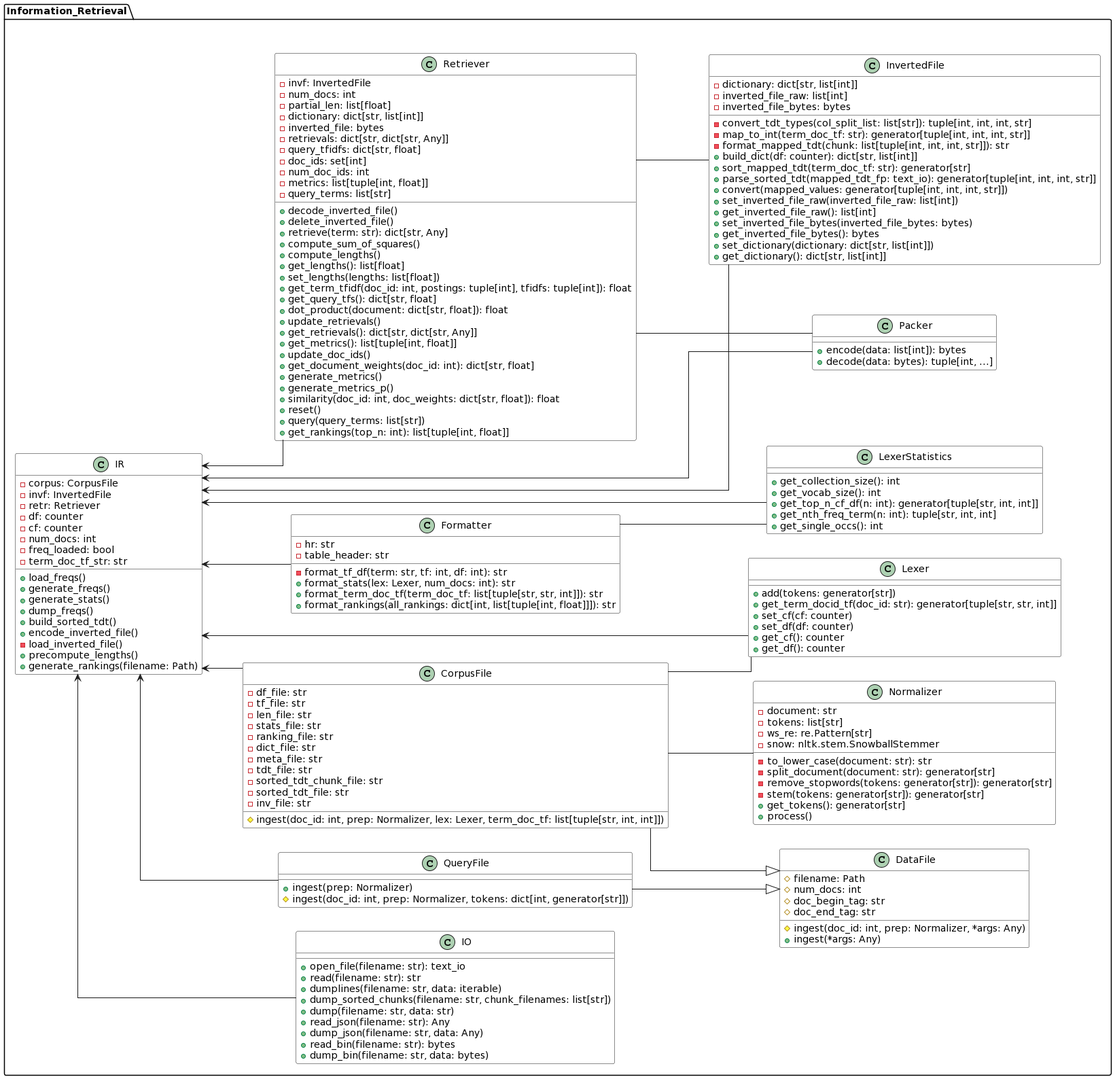
Before: 744_information_retrieval/assn/03/report/statics/uml.png, a diagram exported from PlantUML (ribbas/grad_courses). Source of this version:
```plantuml
@startuml
skinparam linetype polyline
skinparam linetype ortho
left to right direction
skinparam backgroundColor transparent
skinparam classBackgroundColor fff

namespace Information_Retrieval {

  class IO {
    + open_file(filename: str): text_io
    + read(filename: str): str
    + dumplines(filename: str, data: iterable)
    + dump_sorted_chunks(filename: str, chunk_filenames: list[str])
    + dump(filename: str, data: str)
    + read_json(filename: str): Any
    + dump_json(filename: str, data: Any)
    + read_bin(filename: str): bytes
    + dump_bin(filename: str, data: bytes)
  }

  class DataFile {
    # filename: Path
    # num_docs: int
    # doc_begin_tag: str
    # doc_end_tag: str
    # ingest(doc_id: int, prep: Normalizer, *args: Any)
    + ingest(*args: Any)
  }

  class QueryFile {
    + ingest(prep: Normalizer)
    # ingest(doc_id: int, prep: Normalizer, tokens: dict[int, generator[str]])
  }

  class CorpusFile {
    - df_file: str
    - tf_file: str
    - len_file: str
    - stats_file: str
    - ranking_file: str
    - dict_file: str
    - meta_file: str
    - tdt_file: str
    - sorted_tdt_chunk_file: str
    - sorted_tdt_file: str
    - inv_file: str
    # ingest(doc_id: int, prep: Normalizer, lex: Lexer, term_doc_tf: list[tuple[str, int, int]])
  }

  class Formatter {
    - hr: str
    - table_header: str
    - format_tf_df(term: str, tf: int, df: int): str
    + format_stats(lex: Lexer, num_docs: int): str
    + format_term_doc_tf(term_doc_tf: list[tuple[str, str, int]]): str
    + format_rankings(all_rankings: dict[int, list[tuple[int, float]]]): str
  }

  class Normalizer {
    - document: str
    - tokens: list[str]
    - ws_re: re.Pattern[str]
    - snow: nltk.stem.SnowballStemmer
    - to_lower_case(document: str): str
    - split_document(document: str): generator[str]
    - remove_stopwords(tokens: generator[str]): generator[str]
    - stem(tokens: generator[str]): generator[str]
    + get_tokens(): generator[str]
    + process()
  }

  class Lexer {
    + add(tokens: generator[str])
    + get_term_docid_tf(doc_id: str): generator[tuple[str, str, int]]
    + set_cf(cf: counter)
    + set_df(df: counter)
    + get_cf(): counter
    + get_df(): counter
  }

  class LexerStatistics {
    + get_collection_size(): int
    + get_vocab_size(): int
    + get_top_n_cf_df(n: int): generator[tuple[str, int, int]]
    + get_nth_freq_term(n: int): tuple[str, int, int]
    + get_single_occs(): int
  }

  class Packer {
    + encode(data: list[int]): bytes
    + decode(data: bytes): tuple[int, ...]
  }

  class InvertedFile {
    - dictionary: dict[str, list[int]]
    - inverted_file_raw: list[int]
    - inverted_file_bytes: bytes
    - convert_tdt_types(col_split_list: list[str]): tuple[int, int, int, str]
    - map_to_int(term_doc_tf: str): generator[tuple[int, int, int, str]]
    - format_mapped_tdt(chunk: list[tuple[int, int, int, str]]): str
    + build_dict(df: counter): dict[str, list[int]]
    + sort_mapped_tdt(term_doc_tf: str): generator[str]
    + parse_sorted_tdt(mapped_tdt_fp: text_io): generator[tuple[int, int, int, str]]
    + convert(mapped_values: generator[tuple[int, int, int, str]])
    + set_inverted_file_raw(inverted_file_raw: list[int])
    + get_inverted_file_raw(): list[int]
    + set_inverted_file_bytes(inverted_file_bytes: bytes)
    + get_inverted_file_bytes(): bytes
    + set_dictionary(dictionary: dict[str, list[int]])
    + get_dictionary(): dict[str, list[int]]
  }

  class Retriever {
    - invf: InvertedFile
    - num_docs: int
    - partial_len: list[float]
    - dictionary: dict[str, list[int]]
    - inverted_file: bytes
    - retrievals: dict[str, dict[str, Any]]
    - query_tfidfs: dict[str, float]
    - doc_ids: set[int]
    - num_doc_ids: int
    - metrics: list[tuple[int, float]]
    - query_terms: list[str]
    + decode_inverted_file()
    + delete_inverted_file()
    + retrieve(term: str): dict[str, Any]
    + compute_sum_of_squares()
    + compute_lengths()
    + get_lengths(): list[float]
    + set_lengths(lengths: list[float])
    + get_term_tfidf(doc_id: int, postings: tuple[int], tfidfs: tuple[int]): float
    + get_query_tfs(): dict[str, float]
    + dot_product(document: dict[str, float]): float
    + update_retrievals()
    + get_retrievals(): dict[str, dict[str, Any]]
    + get_metrics(): list[tuple[int, float]]
    + update_doc_ids()
    + get_document_weights(doc_id: int): dict[str, float]
    + generate_metrics()
    + generate_metrics_p()
    + similarity(doc_id: int, doc_weights: dict[str, float]): float
    + reset()
    + query(query_terms: list[str])
    + get_rankings(top_n: int): list[tuple[int, float]]
  }

  class IR {
    - corpus: CorpusFile
    - invf: InvertedFile
    - retr: Retriever
    - df: counter
    - cf: counter
    - num_docs: int
    - freq_loaded: bool
    - term_doc_tf_str: str
    + load_freqs()
    + generate_freqs()
    + generate_stats()
    + dump_freqs()
    + build_sorted_tdt()
    + encode_inverted_file()
    - load_inverted_file()
    + precompute_lengths()
    + generate_rankings(filename: Path)
  }

  IR <-- Formatter
  IR <-- IO
  IR <-- QueryFile
  IR <-- InvertedFile
  IR <-- Lexer
  IR <-- LexerStatistics
  IR <-- Packer
  IR <-- Retriever
  CorpusFile -d-|> DataFile
  QueryFile -d-|> DataFile
  CorpusFile -- Normalizer
  CorpusFile -- Lexer
  Formatter -- LexerStatistics
  Retriever -- InvertedFile
  Retriever -- Packer
  IR <-- CorpusFile
}
@enduml
```
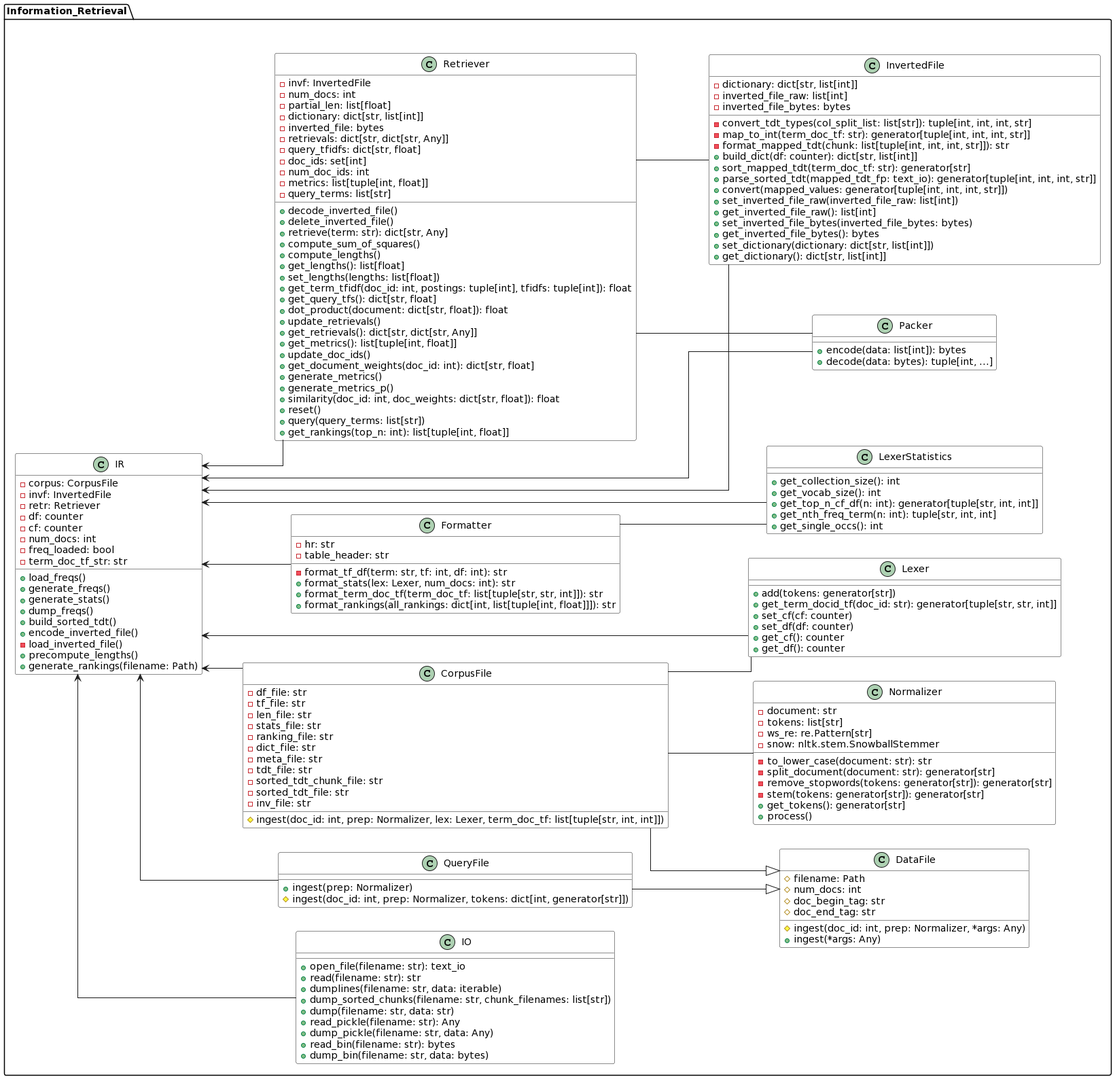
The same file after the commit.

The edit, as a diff of the source:
```diff
@@ -13,8 +13,8 @@
     + dumplines(filename: str, data: iterable)
     + dump_sorted_chunks(filename: str, chunk_filenames: list[str])
     + dump(filename: str, data: str)
-    + read_json(filename: str): Any
-    + dump_json(filename: str, data: Any)
+    + read_pickle(filename: str): Any
+    + dump_pickle(filename: str, data: Any)
     + read_bin(filename: str): bytes
     + dump_bin(filename: str, data: bytes)
   }
```
